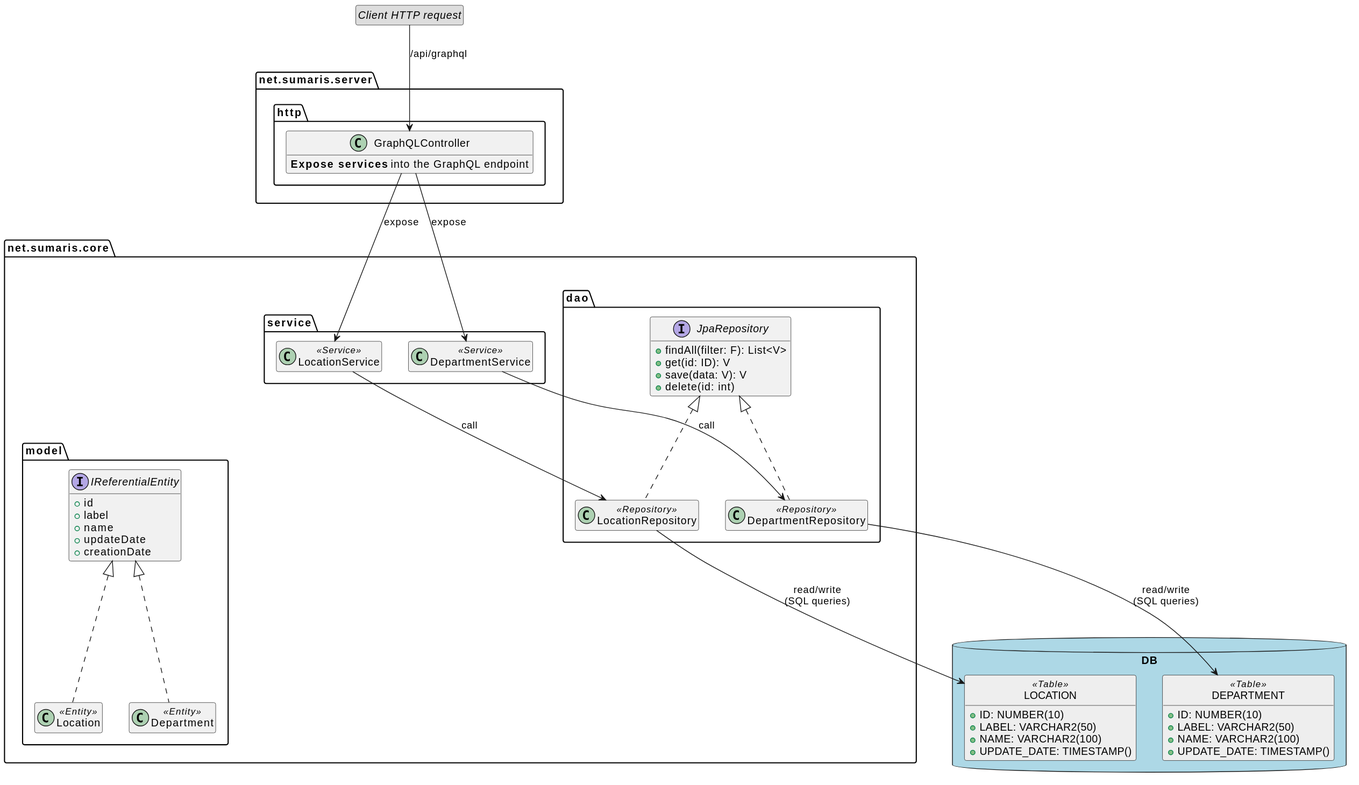
Above: architecture/core/img/core-components.svg in sumaris-net/sumaris-doc (PlantUML), before the change. Its source is kept beside it as architecture/core/img/core-components.puml.
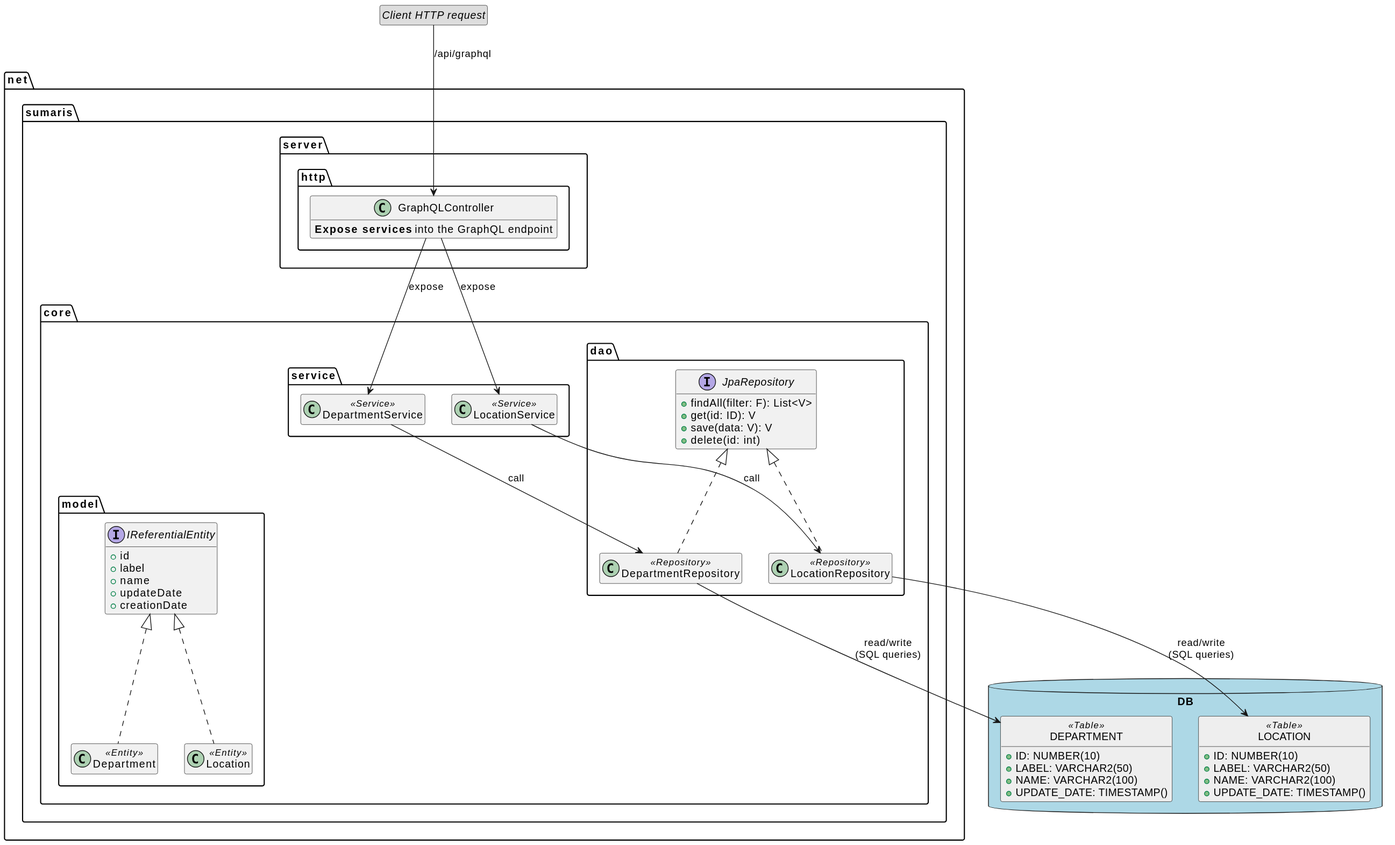
After the change.

The edit, as a diff of the source:
```diff
@@ -62,9 +62,13 @@
 	    }
 
 	    package service {
+	        class DepartmentService {
+	        }
 	        DepartmentService <<Service>>
 	        DepartmentService -down-> DepartmentRepository : call
 
+	        class LocationService {
+	        }
 	        LocationService <<Service>>
 	        LocationService -down-> LocationRepository : call
 	    }
```
